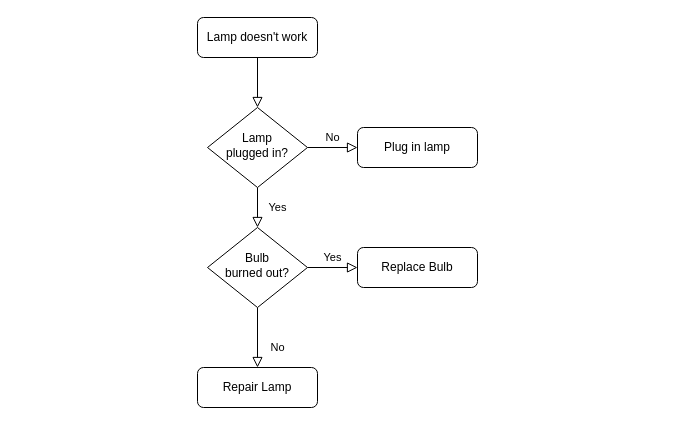
Above: Let_the_War_begin/Flytdiagram/Untitled Diagram.drawio in Newtexas28/IT1 (draw.io), before the change. Source tidied: cells renumbered, new cells numbered last; positions are measured from the earlier drawing's top-left corner, leaving out a move shared by most shapes. Both pictures are drawn from the tidied source at 100%, with x=0, y=0 at pixel (197, 17).
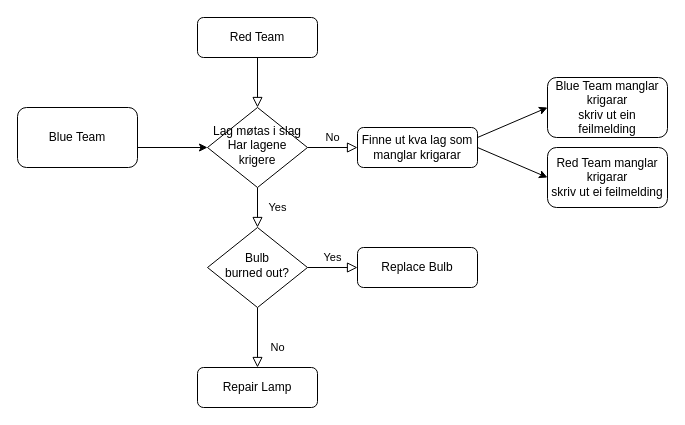
The same page after the edit.

Change to the diagram source:
```diff
@@
-    <mxCell id="3" value="Lamp doesn't work" style="rounded=1;whiteSpace=wrap;html=1;fontSize=12;glass=0;strokeWidth=1;shadow=0;" parent="1" vertex="1">
+    <mxCell id="3" value="Red Team" style="rounded=1;whiteSpace=wrap;html=1;fontSize=12;glass=0;strokeWidth=1;shadow=0;" parent="1" vertex="1">
       <mxGeometry width="120" height="40" as="geometry" />
     </mxCell>
@@
-    <mxCell id="6" value="Lamp&lt;br&gt;plugged in?" style="rhombus;whiteSpace=wrap;html=1;shadow=0;fontFamily=Helvetica;fontSize=12;align=center;strokeWidth=1;spacing=6;spacingTop=-4;" parent="1" vertex="1">
+    <mxCell id="6" value="Lag møtas i slag&lt;br&gt;Har lagene krigere" style="rhombus;whiteSpace=wrap;html=1;shadow=0;fontFamily=Helvetica;fontSize=12;align=center;strokeWidth=1;spacing=6;spacingTop=-4;" parent="1" vertex="1">
       <mxGeometry x="10" y="90" width="100" height="80" as="geometry" />
     </mxCell>
-    <mxCell id="7" value="Plug in lamp" style="rounded=1;whiteSpace=wrap;html=1;fontSize=12;glass=0;strokeWidth=1;shadow=0;" parent="1" vertex="1">
+    <mxCell id="7" value="Finne ut kva lag som manglar krigarar" style="rounded=1;whiteSpace=wrap;html=1;fontSize=12;glass=0;strokeWidth=1;shadow=0;" parent="1" vertex="1">
       <mxGeometry x="160" y="110" width="120" height="40" as="geometry" />
     </mxCell>
@@
+    <mxCell id="13" value="Blue Team" style="rounded=1;whiteSpace=wrap;html=1;" parent="1" vertex="1">
+      <mxGeometry x="-180" y="90" width="120" height="60" as="geometry" />
+    </mxCell>
+    <mxCell id="14" style="endArrow=classic;html=1;rounded=0;entryX=0;entryY=0.5;entryDx=0;entryDy=0;" parent="1" edge="1" target="6">
+      <mxGeometry relative="1" as="geometry">
+        <mxPoint x="-60" y="130" as="sourcePoint" />
+      </mxGeometry>
+    </mxCell>
+    <mxCell id="15" value="Blue Team manglar krigarar&lt;br&gt;skriv ut ein feilmelding" style="rounded=1;whiteSpace=wrap;html=1;" parent="1" vertex="1">
+      <mxGeometry x="350" y="60" width="120" height="60" as="geometry" />
+    </mxCell>
+    <mxCell id="16" value="Red Team manglar krigarar&lt;br&gt;skriv ut ei feilmelding" style="rounded=1;whiteSpace=wrap;html=1;" parent="1" vertex="1">
+      <mxGeometry x="350" y="130" width="120" height="60" as="geometry" />
+    </mxCell>
+    <mxCell id="17" style="endArrow=classic;html=1;rounded=0;entryX=0;entryY=0.5;entryDx=0;entryDy=0;" parent="1" edge="1" target="15">
+      <mxGeometry relative="1" as="geometry">
+        <mxPoint x="280" y="120" as="sourcePoint" />
+      </mxGeometry>
+    </mxCell>
+    <mxCell id="18" style="endArrow=classic;html=1;rounded=0;entryX=0;entryY=0.5;entryDx=0;entryDy=0;exitX=1;exitY=0.5;exitDx=0;exitDy=0;" parent="1" edge="1" source="7" target="16">
+      <mxGeometry relative="1" as="geometry" />
+    </mxCell>
```
